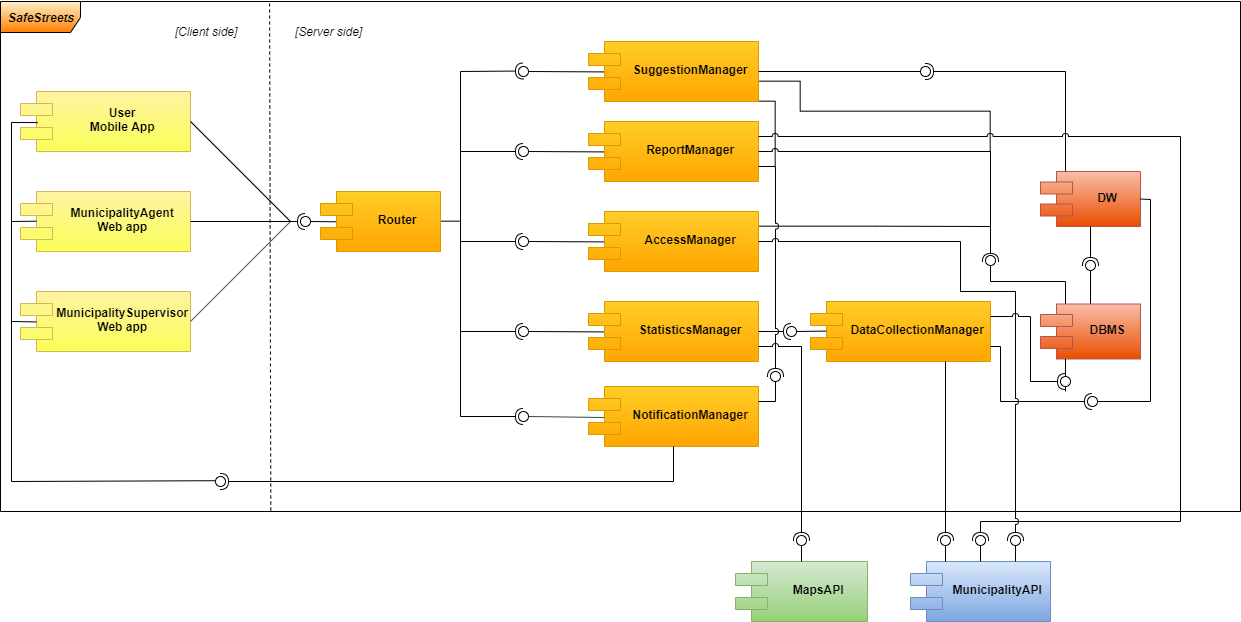
Before: DD/img/Component1.png, a diagram exported from draw.io (SimoneSartoni/SoftwareEngineering2). Source tidied: cells renumbered, new cells last; positions are measured from the earlier drawing's top-left corner, leaving out a move shared by most shapes.
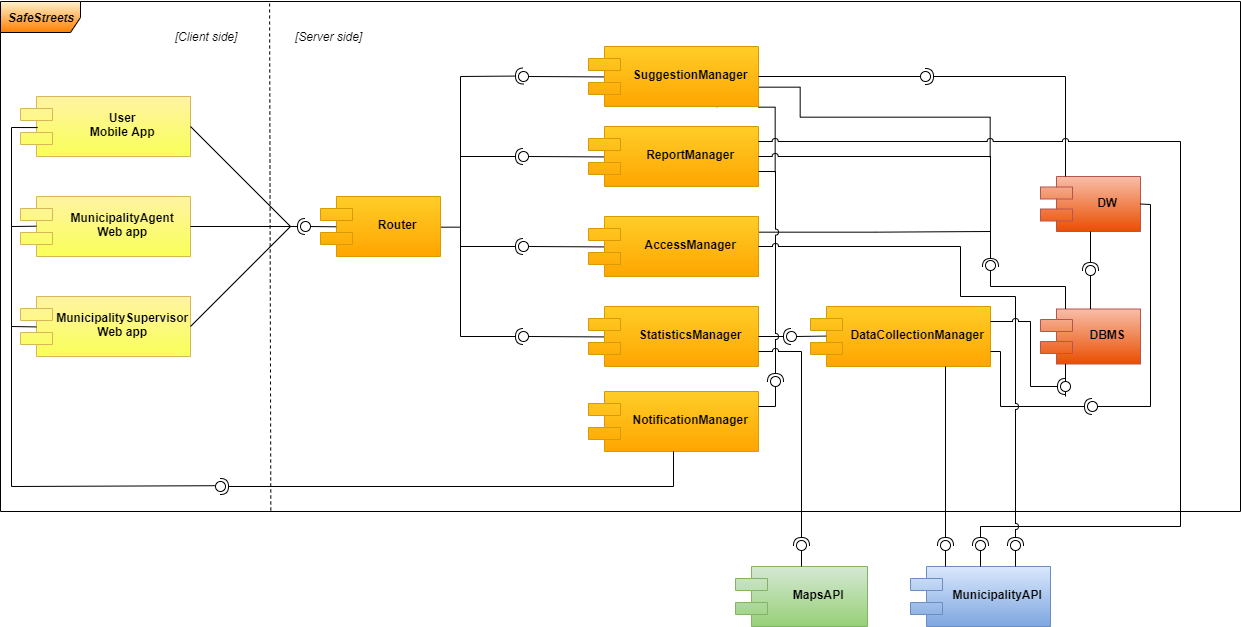
Above is the later version.

Commit message:
component diagrams

What changed in the source:
```diff
@@ -3,7 +3,7 @@
     <mxCell id="0" />
     <mxCell id="1" parent="0" />
     <mxCell id="2" value="SafeStreets" style="shape=umlFrame;whiteSpace=wrap;html=1;align=center;width=80;height=31;gradientColor=#FF8000;fillColor=#fff2cc;strokeColor=#000000;fontStyle=3;" parent="1" vertex="1">
-      <mxGeometry width="1240" height="510" as="geometry" />
+      <mxGeometry y="-5" width="1240" height="510" as="geometry" />
     </mxCell>
     <mxCell id="3" value="User&#10;Mobile App" style="shape=component;align=center;spacingLeft=36;fontStyle=1;fillColor=#FFF3A3;strokeColor=#d6b656;gradientColor=#F9FF57;" parent="1" vertex="1">
       <mxGeometry x="20" y="90" width="170" height="60" as="geometry" />
@@ -108,12 +108,6 @@
     <mxCell id="29" value="NotificationManager" style="shape=component;align=center;spacingLeft=36;fontStyle=1;gradientColor=#ffa500;fillColor=#ffcd28;strokeColor=#d79b00;" parent="1" vertex="1">
       <mxGeometry x="588" y="385" width="170" height="60" as="geometry" />
     </mxCell>
-    <mxCell id="30" style="rounded=0;jettySize=auto;html=1;endArrow=none;endFill=0;exitX=0.093;exitY=0.517;exitDx=0;exitDy=0;exitPerimeter=0;" parent="1" edge="1" source="29" target="31">
-      <mxGeometry relative="1" as="geometry" />
-    </mxCell>
-    <mxCell id="31" style="ellipse;whiteSpace=wrap;html=1;fontFamily=Helvetica;fontSize=12;fontColor=#000000;align=center;strokeColor=#000000;fillColor=#ffffff;points=[];" parent="1" vertex="1">
-      <mxGeometry x="518" y="410" width="10" height="10" as="geometry" />
-    </mxCell>
     <mxCell id="32" style="rounded=0;orthogonalLoop=1;jettySize=auto;html=1;endArrow=halfCircle;endFill=0;endSize=6;strokeWidth=1;" parent="1" edge="1">
       <mxGeometry relative="1" as="geometry">
         <mxPoint x="460" y="330" as="sourcePoint" />
@@ -138,15 +132,9 @@
         <mxPoint x="523" y="69.5" as="targetPoint" />
       </mxGeometry>
     </mxCell>
-    <mxCell id="36" style="rounded=0;orthogonalLoop=1;jettySize=auto;html=1;endArrow=halfCircle;endFill=0;endSize=6;strokeWidth=1;" parent="1" edge="1">
-      <mxGeometry relative="1" as="geometry">
-        <mxPoint x="460" y="415" as="sourcePoint" />
-        <mxPoint x="523" y="415" as="targetPoint" />
-      </mxGeometry>
-    </mxCell>
     <mxCell id="37" style="endArrow=none;html=1;" parent="1" edge="1">
       <mxGeometry relative="1" as="geometry">
-        <mxPoint x="460" y="415" as="sourcePoint" />
+        <mxPoint x="460" y="330" as="sourcePoint" />
         <mxPoint x="460" y="70" as="targetPoint" />
       </mxGeometry>
     </mxCell>
```
